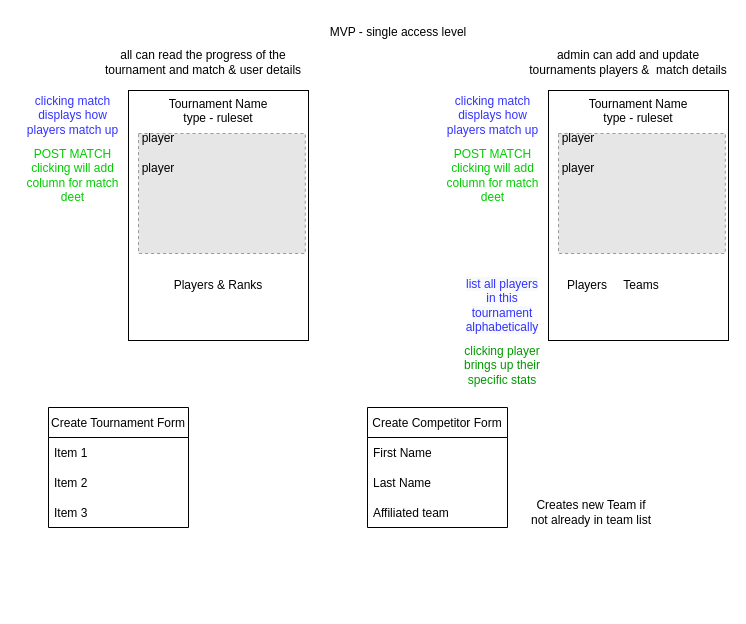
Above: page "UI concepts & layout" (1 of 3) of whiteboard.drawio in jessi-b/TournamentTracker.Solution (draw.io), before the change. Source tidied: cells renumbered, new cells numbered last; positions are measured from the earlier drawing's top-left corner, leaving out a move shared by most shapes. Both pictures are drawn from the tidied source at 100%, with x=0, y=0 at pixel (17, 17). Pictures stored in the file or linked from it are replaced by grey dashed boxes.
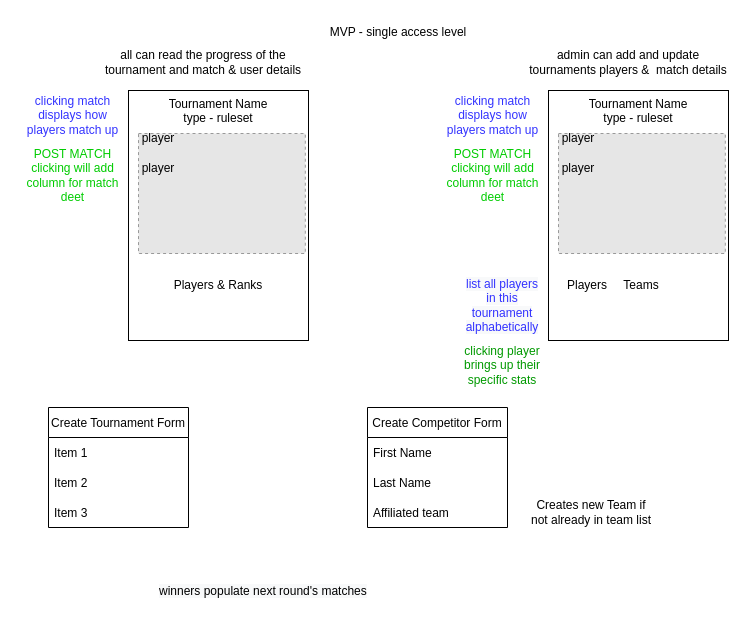
After the change.

Diff of the diagram source:
```diff
@@
+    <mxCell id="31" value="&lt;span style=&quot;color: rgb(0, 0, 0); font-family: helvetica; font-size: 12px; font-style: normal; font-weight: 400; letter-spacing: normal; text-align: center; text-indent: 0px; text-transform: none; word-spacing: 0px; background-color: rgb(248, 249, 250); display: inline; float: none;&quot;&gt;winners populate next round's matches&lt;/span&gt;" style="text;whiteSpace=wrap;html=1;" parent="1" vertex="1">
+      <mxGeometry x="140" y="560" width="230" height="30" as="geometry" />
+    </mxCell>
```
